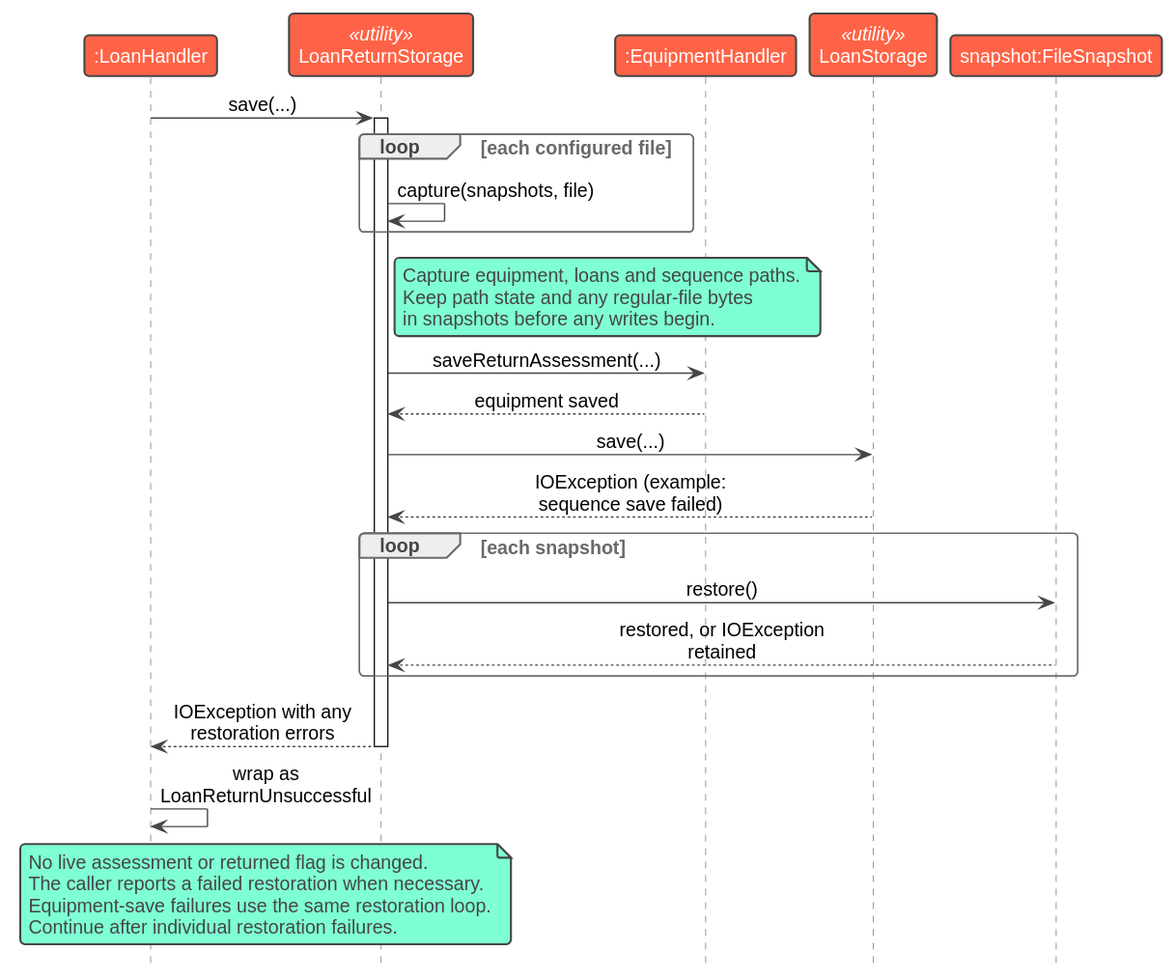
The PlantUML diagram docs/images/ReturnSaveFailure.svg in AY2627S1-CS2113-W13-1/tp, before a commit.
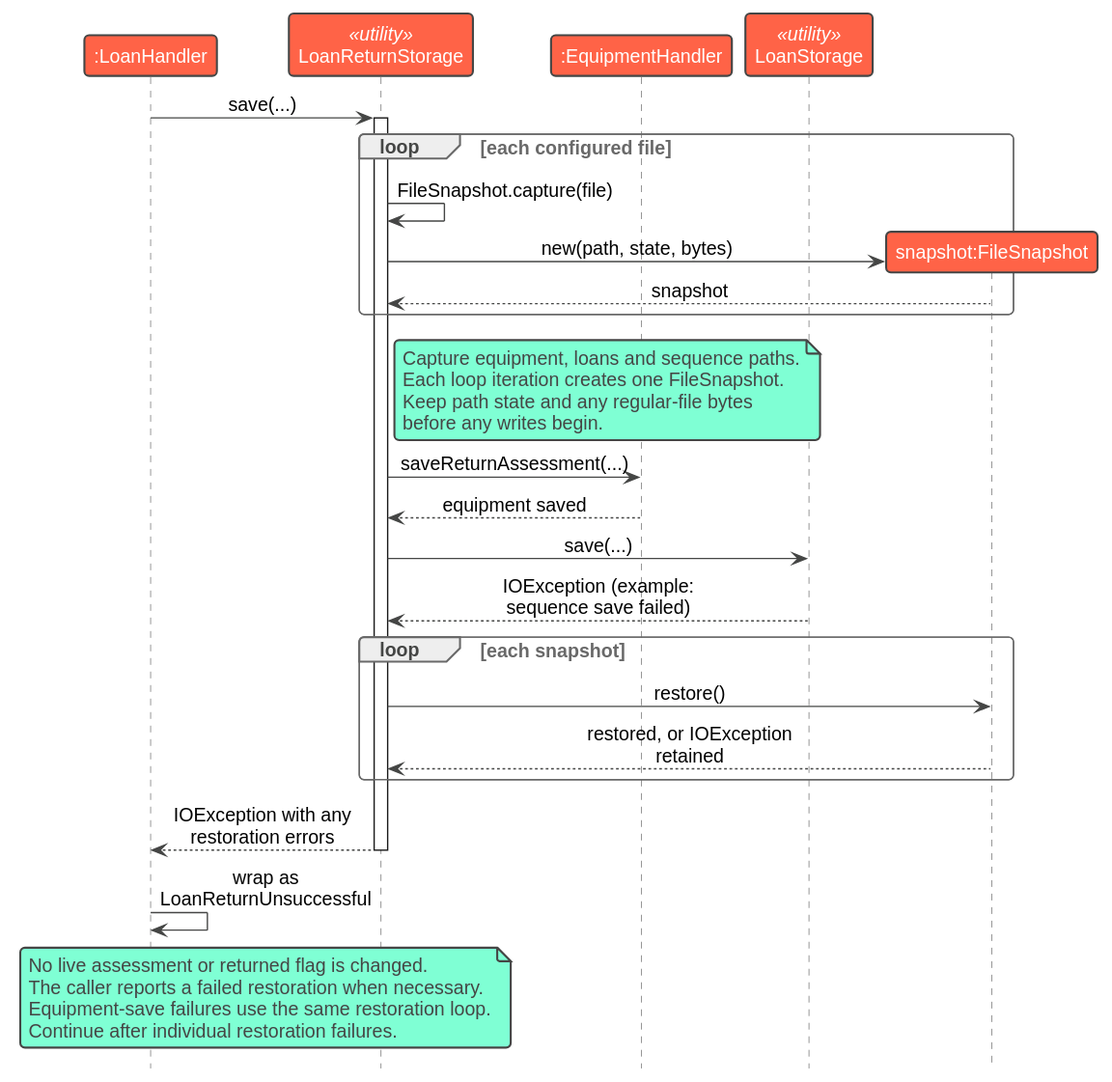
Later version of the same file.

Change to the diagram source:
```diff
@@ -8,17 +8,20 @@
 participant "LoanReturnStorage" as Store <<utility>>
 participant ":EquipmentHandler" as Inventory
 participant "LoanStorage" as Loans <<utility>>
-participant "snapshot:FileSnapshot" as Snapshot
 
 Handler -> Store: save(...)
 activate Store
 loop each configured file
-    Store -> Store: capture(snapshots, file)
+    Store -> Store: FileSnapshot.capture(file)
+    create participant "snapshot:FileSnapshot" as Snapshot
+    Store -> Snapshot: new(path, state, bytes)
+    Snapshot --> Store: snapshot
 end
 note right of Store
 Capture equipment, loans and sequence paths.
+Each loop iteration creates one FileSnapshot.
 Keep path state and any regular-file bytes
-in snapshots before any writes begin.
+before any writes begin.
 end note
 Store -> Inventory: saveReturnAssessment(...)
 Inventory --> Store: equipment saved
```
